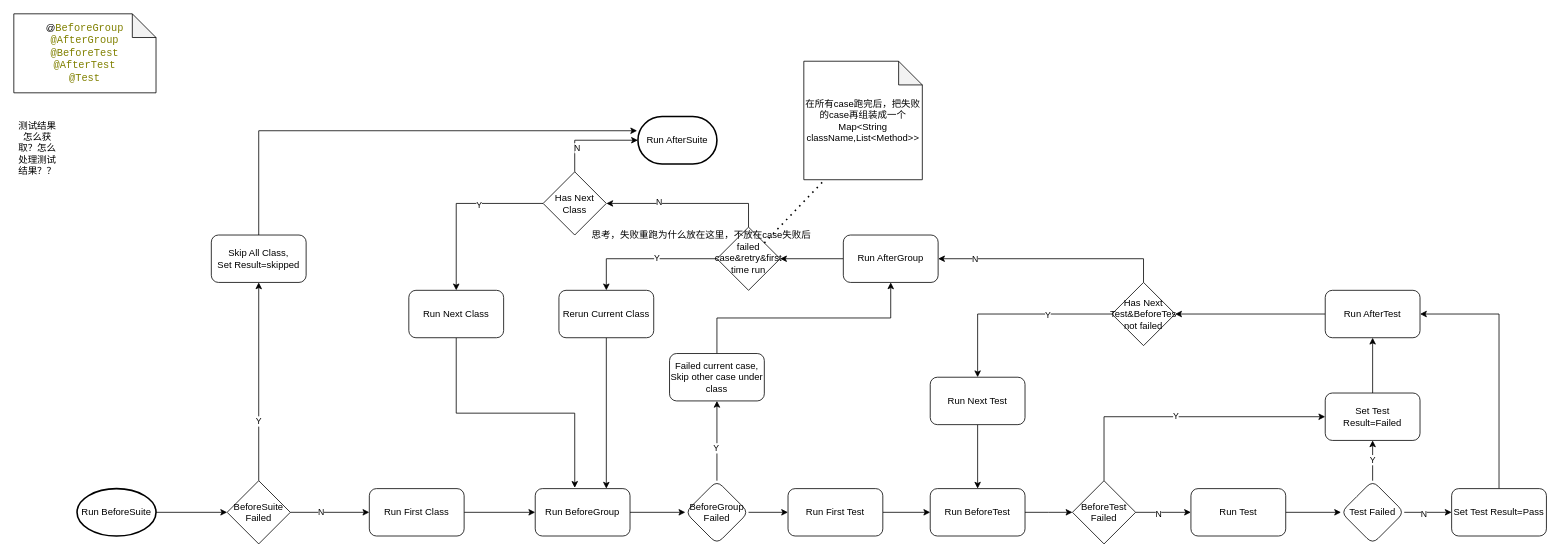
The draw.io diagram page "Run Test" (3 of 4) of App Automation 2.0.drawio in michellec2021/appium-demo, before the edit. Source tidied: cells renumbered, new cells numbered last; positions are measured from the earlier drawing's top-left corner, leaving out a move shared by most shapes. Both pictures are drawn from the tidied source at 79%, with x=0, y=0 at pixel (13, 13).
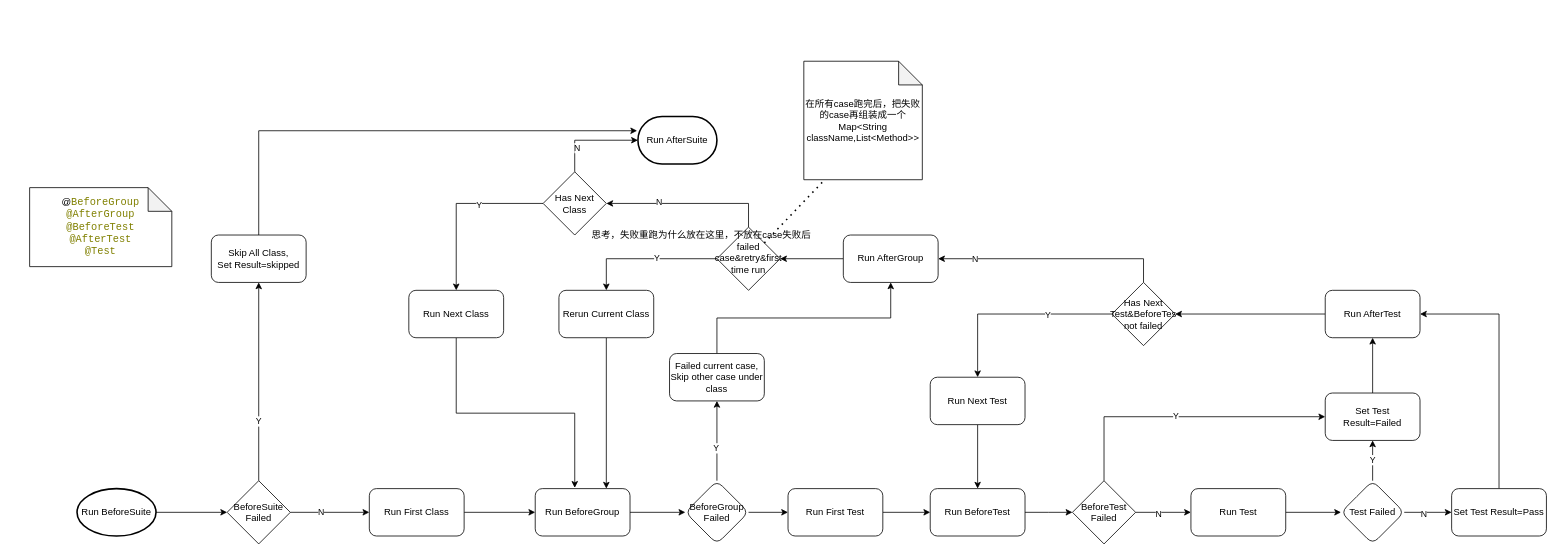
Above is the later version.

The edit, as a diff of the source:
```diff
@@
     <mxCell id="4" value="@&lt;span style=&quot;color: rgb(128, 128, 0); background-color: rgb(255, 255, 255); font-family: &amp;quot;JetBrains Mono&amp;quot;, monospace; font-size: 9.8pt;&quot;&gt;BeforeGroup&lt;br&gt;@&lt;/span&gt;&lt;span style=&quot;color: rgb(128, 128, 0); background-color: rgb(255, 255, 255); font-family: &amp;quot;JetBrains Mono&amp;quot;, monospace; font-size: 9.8pt;&quot;&gt;AfterGroup&lt;br&gt;&lt;/span&gt;&lt;span style=&quot;color: rgb(128, 128, 0); background-color: rgb(255, 255, 255); font-family: &amp;quot;JetBrains Mono&amp;quot;, monospace; font-size: 9.8pt;&quot;&gt;@BeforeTest&lt;br&gt;&lt;/span&gt;&lt;span style=&quot;color: rgb(128, 128, 0); font-family: &amp;quot;JetBrains Mono&amp;quot;, monospace; font-size: 9.8pt; background-color: rgb(255, 255, 255);&quot;&gt;@AfterTest&lt;br&gt;&lt;/span&gt;&lt;span style=&quot;color: rgb(128, 128, 0); font-family: &amp;quot;JetBrains Mono&amp;quot;, monospace; font-size: 9.8pt; background-color: rgb(255, 255, 255);&quot;&gt;@Test&lt;/span&gt;&lt;span style=&quot;color: rgb(128, 128, 0); font-family: &amp;quot;JetBrains Mono&amp;quot;, monospace; font-size: 9.8pt; background-color: rgb(255, 255, 255);&quot;&gt;&lt;br&gt;&lt;/span&gt;" style="shape=note;whiteSpace=wrap;html=1;backgroundOutline=1;darkOpacity=0.05;" parent="1" vertex="1">
-      <mxGeometry width="180" height="100" as="geometry" />
+      <mxGeometry x="20" y="220" width="180" height="100" as="geometry" />
     </mxCell>
@@
-    <mxCell id="69" value="测试结果怎么获取？怎么处理测试结果？？" style="text;html=1;strokeColor=none;fillColor=none;align=center;verticalAlign=middle;whiteSpace=wrap;rounded=0;" parent="1" vertex="1">
-      <mxGeometry y="140" width="60" height="60" as="geometry" />
-    </mxCell>
```
